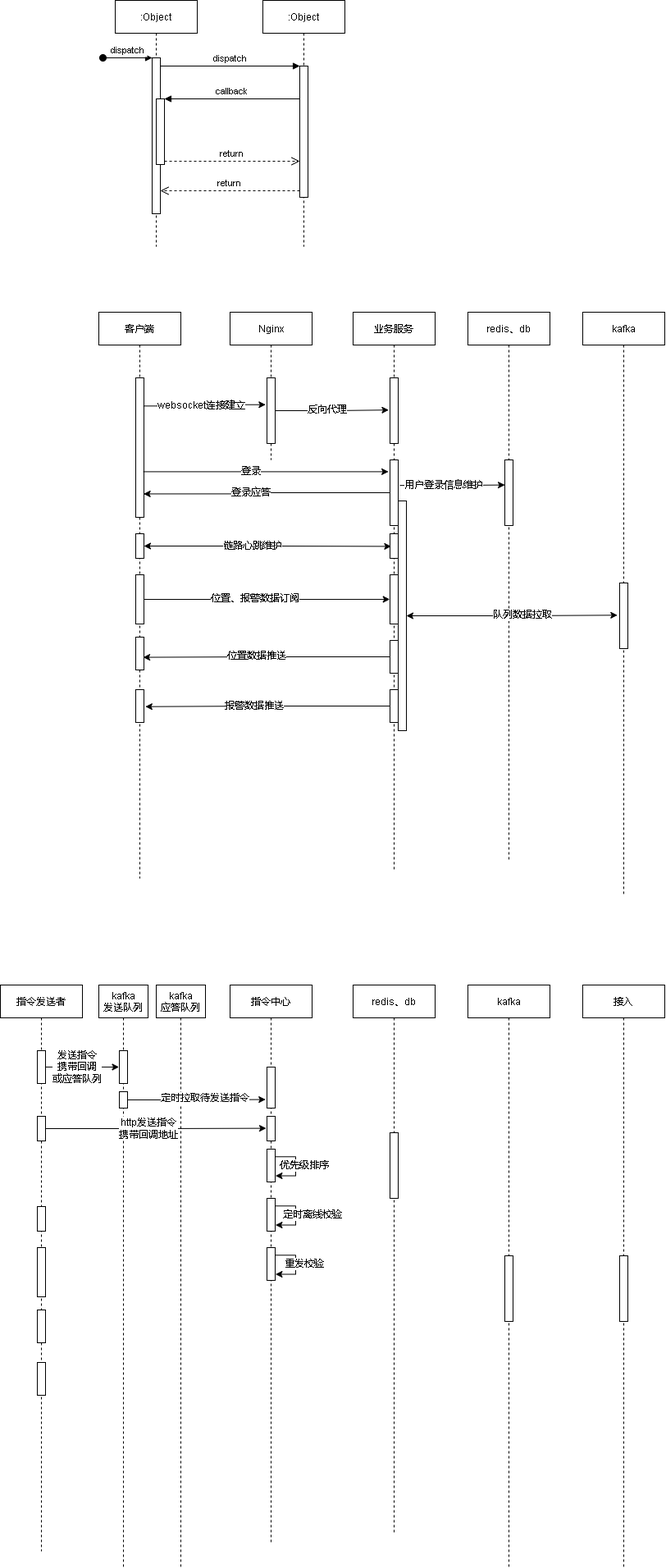
This is cgopro关键业务.drawio.png from xktder/draw, a draw.io export, as it was before one commit. Source tidied: cells renumbered, new cells last; positions are measured from the earlier drawing's top-left corner, leaving out a move shared by most shapes.
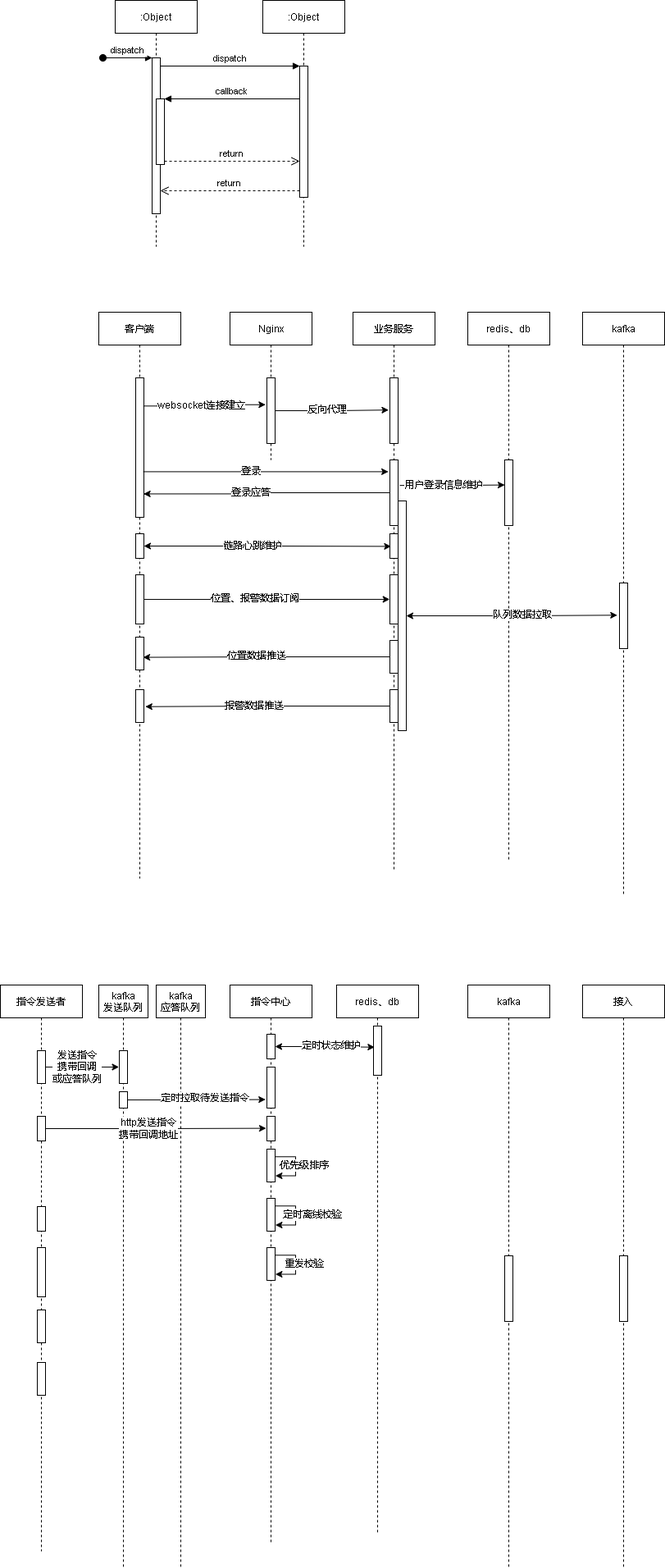
After the change.

Commit message:
更新cgopro关键业务.drawio.png

Change to the diagram source:
```diff
@@ -234,11 +234,14 @@
         <mxPoint x="10" y="3" as="offset" />
       </mxGeometry>
     </mxCell>
+    <mxCell id="87" style="points=[];perimeter=orthogonalPerimeter;rounded=0;shadow=0;strokeWidth=1;" parent="59" vertex="1">
+      <mxGeometry x="45" y="60" width="10" height="30" as="geometry" />
+    </mxCell>
     <mxCell id="71" value="redis、db" style="shape=umlLifeline;perimeter=lifelinePerimeter;rounded=0;shadow=0;strokeWidth=1;" parent="1" vertex="1">
-      <mxGeometry x="430" y="1200" width="100" height="670" as="geometry" />
+      <mxGeometry x="410" y="1200" width="100" height="670" as="geometry" />
     </mxCell>
     <mxCell id="72" style="points=[];perimeter=orthogonalPerimeter;rounded=0;shadow=0;strokeWidth=1;" parent="71" vertex="1">
-      <mxGeometry x="45" y="180" width="10" height="80" as="geometry" />
+      <mxGeometry x="45" y="50" width="10" height="60" as="geometry" />
     </mxCell>
     <mxCell id="73" value="kafka" style="shape=umlLifeline;perimeter=lifelinePerimeter;rounded=0;shadow=0;strokeWidth=1;" parent="1" vertex="1">
       <mxGeometry x="570" y="1200" width="100" height="710" as="geometry" />
@@ -284,5 +287,11 @@
     <mxCell id="86" value="http发送指令&lt;br&gt;携带回调地址" style="edgeLabel;html=1;align=center;verticalAlign=middle;" parent="85" vertex="1">
       <mxGeometry x="-0.07" relative="1" as="geometry" />
     </mxCell>
+    <mxCell id="88" style="edgeStyle=orthogonalEdgeStyle;rounded=0;jettySize=auto;html=1;entryX=0.131;entryY=0.429;entryDx=0;entryDy=0;entryPerimeter=0;startArrow=classic;startFill=1;" parent="1" edge="1" source="87" target="72">
+      <mxGeometry relative="1" as="geometry" />
+    </mxCell>
+    <mxCell id="89" value="定时状态维护" style="edgeLabel;html=1;align=center;verticalAlign=middle;" parent="88" vertex="1">
+      <mxGeometry x="0.12" y="2" relative="1" as="geometry" />
+    </mxCell>
   </root>
 </mxGraphModel>
```
